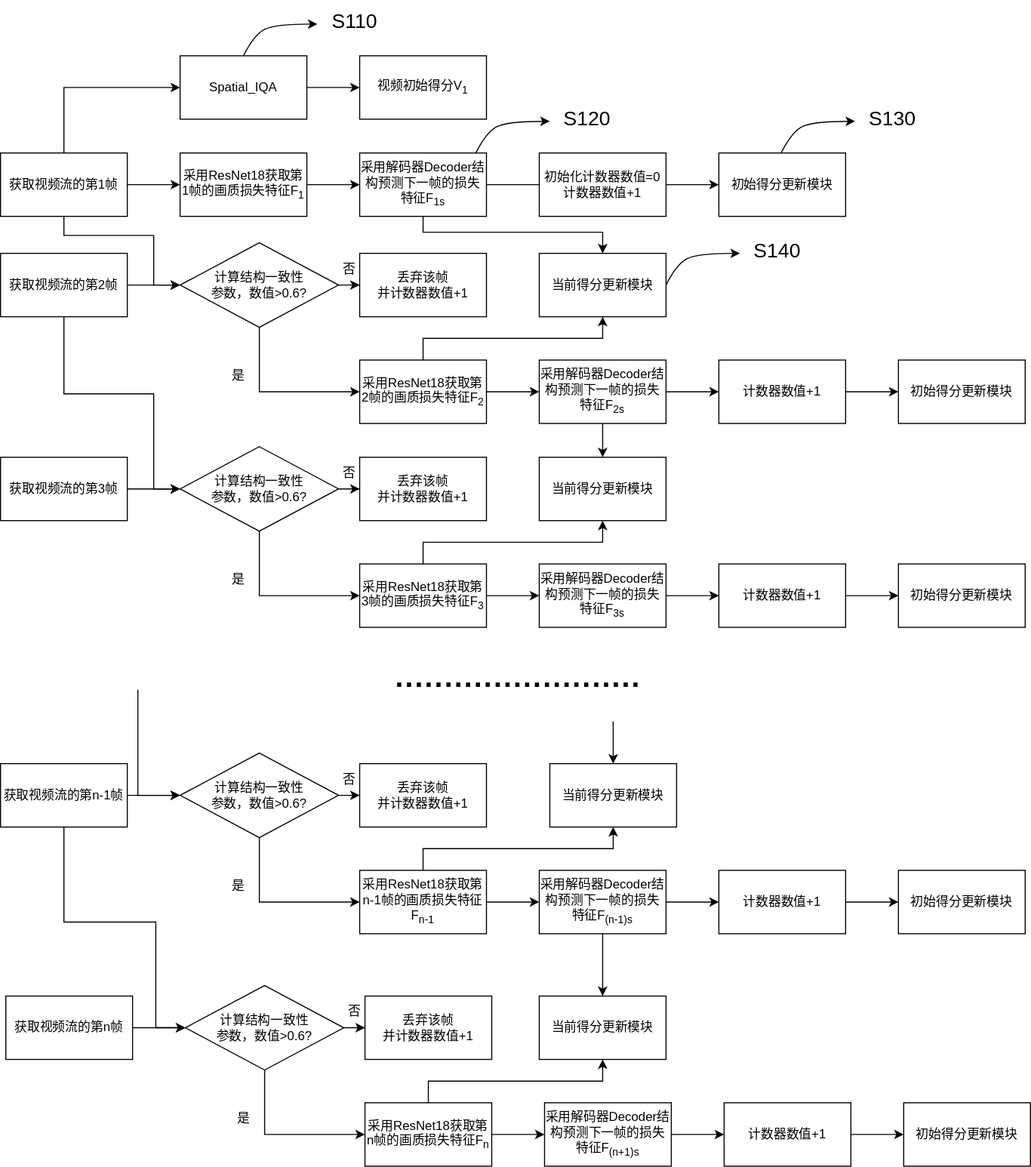
This is stream_video_quality_assessment_flowchart.drawio.svg from hrf666666/FlowCharts, a draw.io export, as it was before one commit. Source tidied: cells renumbered, new cells last; positions are measured from the earlier drawing's top-left corner, leaving out a move shared by most shapes.
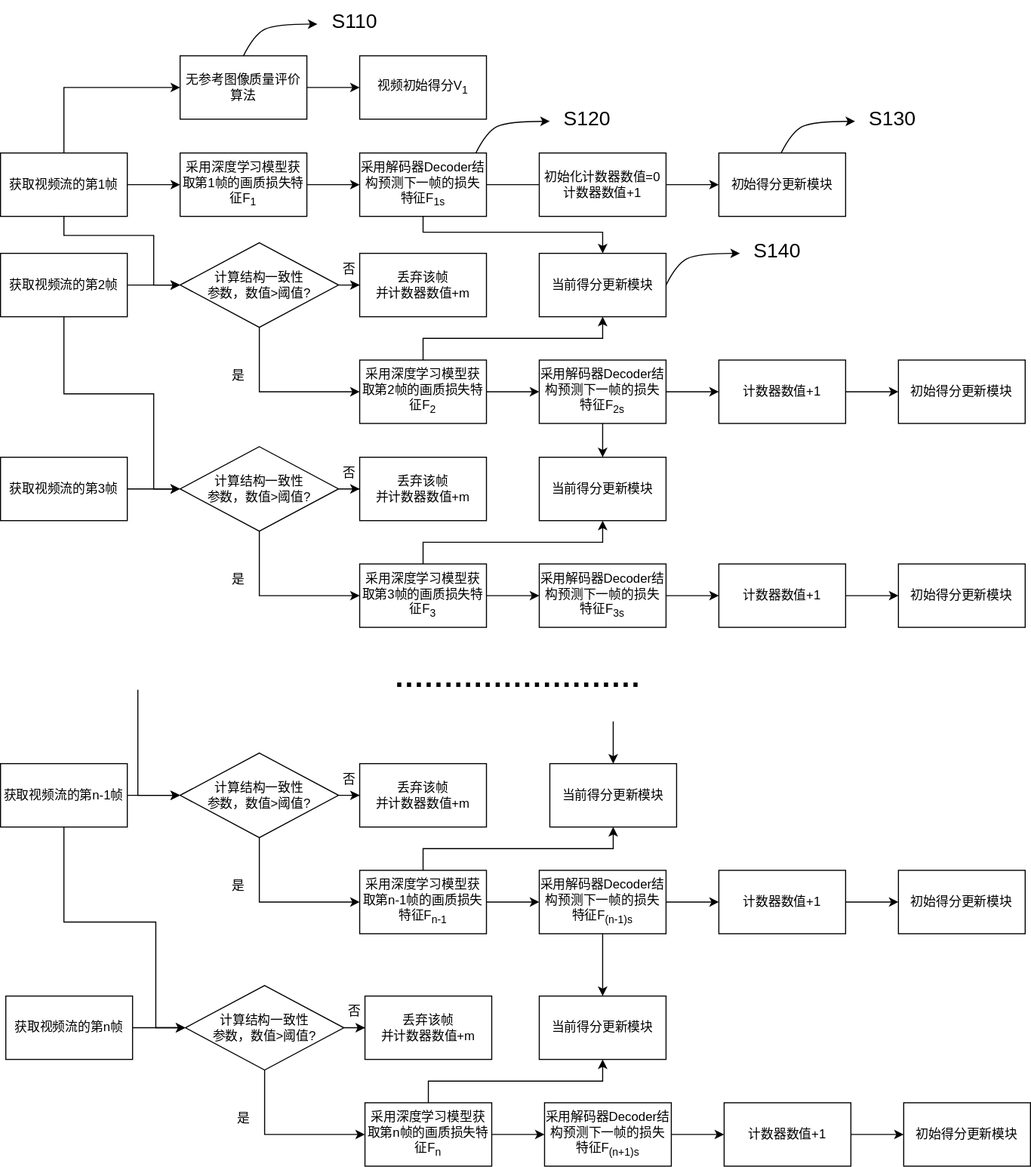
Above is the later version.

The edit, as a diff of the source:
```diff
@@ -23,7 +23,7 @@
     <mxCell id="6" style="edgeStyle=orthogonalEdgeStyle;rounded=0;jettySize=auto;html=1;entryX=0;entryY=0.5;entryDx=0;entryDy=0;" parent="1" edge="1" source="7" target="8">
       <mxGeometry relative="1" as="geometry" />
     </mxCell>
-    <mxCell id="7" value="Spatial_IQA" style="rounded=0;whiteSpace=wrap;html=1;" parent="1" vertex="1">
+    <mxCell id="7" value="无参考图像质量评价算法" style="rounded=0;whiteSpace=wrap;html=1;" parent="1" vertex="1">
       <mxGeometry x="170" y="52" width="120" height="60" as="geometry" />
     </mxCell>
     <mxCell id="8" value="视频初始得分V&lt;sub&gt;1&lt;/sub&gt;" style="rounded=0;whiteSpace=wrap;html=1;" parent="1" vertex="1">
@@ -32,7 +32,7 @@
     <mxCell id="9" style="edgeStyle=orthogonalEdgeStyle;rounded=0;jettySize=auto;html=1;exitX=1;exitY=0.5;exitDx=0;exitDy=0;entryX=0;entryY=0.5;entryDx=0;entryDy=0;" parent="1" edge="1" source="10" target="13">
       <mxGeometry relative="1" as="geometry" />
     </mxCell>
-    <mxCell id="10" value="采用ResNet18获取第1帧的画质损失特征F&lt;sub&gt;1&lt;/sub&gt;" style="rounded=0;whiteSpace=wrap;html=1;" parent="1" vertex="1">
+    <mxCell id="10" value="采用深度学习模型获取第1帧的画质损失特征F&lt;sub&gt;1&lt;/sub&gt;" style="rounded=0;whiteSpace=wrap;html=1;" parent="1" vertex="1">
       <mxGeometry x="170" y="144" width="120" height="60" as="geometry" />
     </mxCell>
     <mxCell id="11" style="edgeStyle=orthogonalEdgeStyle;rounded=0;jettySize=auto;html=1;entryX=0;entryY=0.5;entryDx=0;entryDy=0;" parent="1" edge="1" source="13">
@@ -74,7 +74,7 @@
     <mxCell id="18" style="edgeStyle=orthogonalEdgeStyle;rounded=0;jettySize=auto;html=1;entryX=0.5;entryY=1;entryDx=0;entryDy=0;exitX=0.5;exitY=0;exitDx=0;exitDy=0;" parent="1" edge="1" source="19" target="35">
       <mxGeometry relative="1" as="geometry" />
     </mxCell>
-    <mxCell id="19" value="采用ResNet18获取第2帧的画质损失特征F&lt;sub&gt;2&lt;/sub&gt;" style="rounded=0;whiteSpace=wrap;html=1;" parent="1" vertex="1">
+    <mxCell id="19" value="采用深度学习模型获取第2帧的画质损失特征F&lt;sub&gt;2&lt;/sub&gt;" style="rounded=0;whiteSpace=wrap;html=1;" parent="1" vertex="1">
       <mxGeometry x="340" y="340" width="120" height="60" as="geometry" />
     </mxCell>
     <mxCell id="20" style="edgeStyle=orthogonalEdgeStyle;rounded=0;jettySize=auto;html=1;entryX=0;entryY=0.5;entryDx=0;entryDy=0;" parent="1" edge="1" source="22" target="24">
@@ -98,10 +98,10 @@
     <mxCell id="26" style="edgeStyle=orthogonalEdgeStyle;rounded=0;jettySize=auto;html=1;exitX=0.5;exitY=1;exitDx=0;exitDy=0;entryX=0;entryY=0.5;entryDx=0;entryDy=0;" parent="1" edge="1" source="27" target="19">
       <mxGeometry relative="1" as="geometry" />
     </mxCell>
-    <mxCell id="27" value="计算结构一致性&lt;br&gt;参数，数值&amp;gt;0.6?" style="rhombus;whiteSpace=wrap;html=1;" parent="1" vertex="1">
+    <mxCell id="27" value="计算结构一致性&lt;br&gt;参数，数值&amp;gt;阈值?" style="rhombus;whiteSpace=wrap;html=1;" parent="1" vertex="1">
       <mxGeometry x="170" y="229" width="150" height="80" as="geometry" />
     </mxCell>
-    <mxCell id="28" value="丢弃该帧&lt;br&gt;并计数器数值+1" style="rounded=0;whiteSpace=wrap;html=1;" parent="1" vertex="1">
+    <mxCell id="28" value="丢弃该帧&lt;br&gt;并计数器数值+m" style="rounded=0;whiteSpace=wrap;html=1;" parent="1" vertex="1">
       <mxGeometry x="340" y="239" width="120" height="60" as="geometry" />
     </mxCell>
     <mxCell id="29" value="否" style="text;html=1;align=center;verticalAlign=middle;strokeColor=none;fillColor=none;" parent="1" vertex="1">
@@ -139,7 +139,7 @@
     <mxCell id="39" style="edgeStyle=orthogonalEdgeStyle;rounded=0;jettySize=auto;html=1;entryX=0.5;entryY=1;entryDx=0;entryDy=0;exitX=0.5;exitY=0;exitDx=0;exitDy=0;" parent="1" edge="1" source="40" target="52">
       <mxGeometry relative="1" as="geometry" />
     </mxCell>
-    <mxCell id="40" value="采用ResNet18获取第3帧的画质损失特征F&lt;sub&gt;3&lt;/sub&gt;" style="rounded=0;whiteSpace=wrap;html=1;" parent="1" vertex="1">
+    <mxCell id="40" value="采用深度学习模型获取第3帧的画质损失特征F&lt;sub&gt;3&lt;/sub&gt;" style="rounded=0;whiteSpace=wrap;html=1;" parent="1" vertex="1">
       <mxGeometry x="340" y="533" width="120" height="60" as="geometry" />
     </mxCell>
     <mxCell id="41" style="edgeStyle=orthogonalEdgeStyle;rounded=0;jettySize=auto;html=1;entryX=0;entryY=0.5;entryDx=0;entryDy=0;" parent="1" edge="1" source="42" target="44">
@@ -160,10 +160,10 @@
     <mxCell id="46" style="edgeStyle=orthogonalEdgeStyle;rounded=0;jettySize=auto;html=1;exitX=0.5;exitY=1;exitDx=0;exitDy=0;entryX=0;entryY=0.5;entryDx=0;entryDy=0;" parent="1" edge="1" source="47" target="40">
       <mxGeometry relative="1" as="geometry" />
     </mxCell>
-    <mxCell id="47" value="计算结构一致性&lt;br&gt;参数，数值&amp;gt;0.6?" style="rhombus;whiteSpace=wrap;html=1;" parent="1" vertex="1">
+    <mxCell id="47" value="计算结构一致性&lt;br&gt;参数，数值&amp;gt;阈值?" style="rhombus;whiteSpace=wrap;html=1;" parent="1" vertex="1">
       <mxGeometry x="170" y="422" width="150" height="80" as="geometry" />
     </mxCell>
-    <mxCell id="48" value="丢弃该帧&lt;br&gt;并计数器数值+1" style="rounded=0;whiteSpace=wrap;html=1;" parent="1" vertex="1">
+    <mxCell id="48" value="丢弃该帧&lt;br&gt;并计数器数值+m" style="rounded=0;whiteSpace=wrap;html=1;" parent="1" vertex="1">
       <mxGeometry x="340" y="432" width="120" height="60" as="geometry" />
     </mxCell>
     <mxCell id="49" value="否" style="text;html=1;align=center;verticalAlign=middle;strokeColor=none;fillColor=none;" parent="1" vertex="1">
@@ -201,7 +201,7 @@
     <mxCell id="57" style="edgeStyle=orthogonalEdgeStyle;rounded=0;jettySize=auto;html=1;entryX=0.5;entryY=1;entryDx=0;entryDy=0;exitX=0.5;exitY=0;exitDx=0;exitDy=0;" parent="1" edge="1" source="58" target="71">
       <mxGeometry relative="1" as="geometry" />
     </mxCell>
-    <mxCell id="58" value="采用ResNet18获取第n-1帧的画质损失特征F&lt;sub&gt;n-1&lt;/sub&gt;" style="rounded=0;whiteSpace=wrap;html=1;" parent="1" vertex="1">
+    <mxCell id="58" value="采用深度学习模型获取第n-1帧的画质损失特征F&lt;sub&gt;n-1&lt;/sub&gt;" style="rounded=0;whiteSpace=wrap;html=1;" parent="1" vertex="1">
       <mxGeometry x="340" y="823" width="120" height="60" as="geometry" />
     </mxCell>
     <mxCell id="59" style="edgeStyle=orthogonalEdgeStyle;rounded=0;jettySize=auto;html=1;entryX=0;entryY=0.5;entryDx=0;entryDy=0;" parent="1" edge="1" source="61" target="63">
@@ -225,10 +225,10 @@
     <mxCell id="65" style="edgeStyle=orthogonalEdgeStyle;rounded=0;jettySize=auto;html=1;exitX=0.5;exitY=1;exitDx=0;exitDy=0;entryX=0;entryY=0.5;entryDx=0;entryDy=0;" parent="1" edge="1" source="66" target="58">
       <mxGeometry relative="1" as="geometry" />
     </mxCell>
-    <mxCell id="66" value="计算结构一致性&lt;br&gt;参数，数值&amp;gt;0.6?" style="rhombus;whiteSpace=wrap;html=1;" parent="1" vertex="1">
+    <mxCell id="66" value="计算结构一致性&lt;br&gt;参数，数值&amp;gt;阈值?" style="rhombus;whiteSpace=wrap;html=1;" parent="1" vertex="1">
       <mxGeometry x="170" y="712" width="150" height="80" as="geometry" />
     </mxCell>
-    <mxCell id="67" value="丢弃该帧&lt;br&gt;并计数器数值+1" style="rounded=0;whiteSpace=wrap;html=1;" parent="1" vertex="1">
+    <mxCell id="67" value="丢弃该帧&lt;br&gt;并计数器数值+m" style="rounded=0;whiteSpace=wrap;html=1;" parent="1" vertex="1">
       <mxGeometry x="340" y="722" width="120" height="60" as="geometry" />
     </mxCell>
     <mxCell id="68" value="否" style="text;html=1;align=center;verticalAlign=middle;strokeColor=none;fillColor=none;" parent="1" vertex="1">
@@ -260,7 +260,7 @@
     <mxCell id="76" style="edgeStyle=orthogonalEdgeStyle;rounded=0;jettySize=auto;html=1;entryX=0.5;entryY=1;entryDx=0;entryDy=0;exitX=0.5;exitY=0;exitDx=0;exitDy=0;" parent="1" edge="1" source="77" target="89">
       <mxGeometry relative="1" as="geometry" />
     </mxCell>
-    <mxCell id="77" value="采用ResNet18获取第n帧的画质损失特征F&lt;sub&gt;n&lt;/sub&gt;" style="rounded=0;whiteSpace=wrap;html=1;" parent="1" vertex="1">
+    <mxCell id="77" value="采用深度学习模型获取第n帧的画质损失特征F&lt;sub&gt;n&lt;/sub&gt;" style="rounded=0;whiteSpace=wrap;html=1;" parent="1" vertex="1">
       <mxGeometry x="345" y="1043" width="120" height="60" as="geometry" />
     </mxCell>
     <mxCell id="78" style="edgeStyle=orthogonalEdgeStyle;rounded=0;jettySize=auto;html=1;entryX=0;entryY=0.5;entryDx=0;entryDy=0;" parent="1" edge="1" source="79" target="81">
@@ -281,10 +281,10 @@
     <mxCell id="83" style="edgeStyle=orthogonalEdgeStyle;rounded=0;jettySize=auto;html=1;exitX=0.5;exitY=1;exitDx=0;exitDy=0;entryX=0;entryY=0.5;entryDx=0;entryDy=0;" parent="1" edge="1" source="84" target="77">
       <mxGeometry relative="1" as="geometry" />
     </mxCell>
-    <mxCell id="84" value="计算结构一致性&lt;br&gt;参数，数值&amp;gt;0.6?" style="rhombus;whiteSpace=wrap;html=1;" parent="1" vertex="1">
+    <mxCell id="84" value="计算结构一致性&lt;br&gt;参数，数值&amp;gt;阈值?" style="rhombus;whiteSpace=wrap;html=1;" parent="1" vertex="1">
       <mxGeometry x="175" y="932" width="150" height="80" as="geometry" />
     </mxCell>
-    <mxCell id="85" value="丢弃该帧&lt;br&gt;并计数器数值+1" style="rounded=0;whiteSpace=wrap;html=1;" parent="1" vertex="1">
+    <mxCell id="85" value="丢弃该帧&lt;br&gt;并计数器数值+m" style="rounded=0;whiteSpace=wrap;html=1;" parent="1" vertex="1">
       <mxGeometry x="345" y="942" width="120" height="60" as="geometry" />
     </mxCell>
     <mxCell id="86" value="否" style="text;html=1;align=center;verticalAlign=middle;strokeColor=none;fillColor=none;" parent="1" vertex="1">
```
